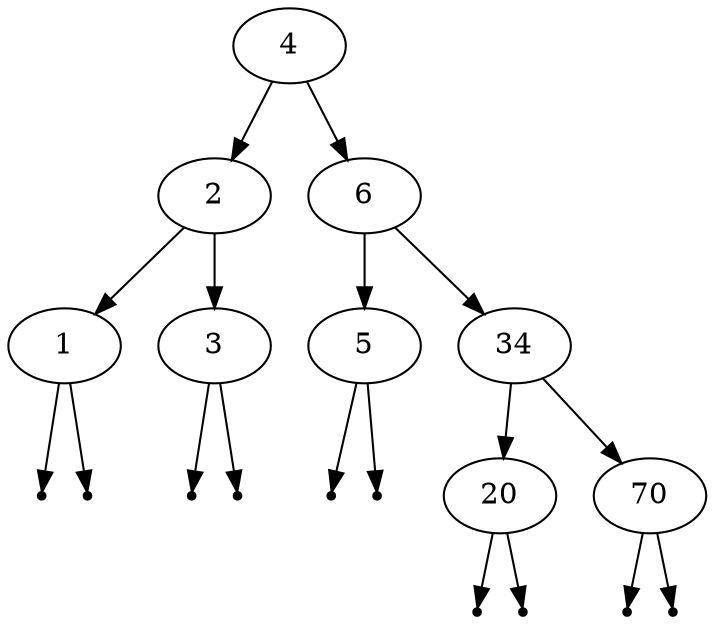
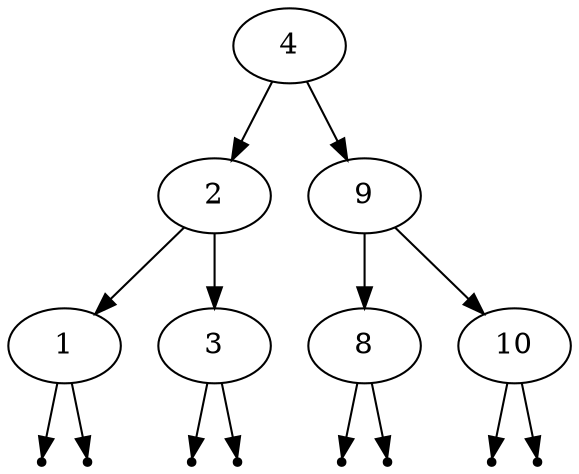
digraph G {
4 -> 2;
- 4 -> 6;
+ 4 -> 9;
2 -> 1;
2 -> 3;
null0 [shape=point];
1 -> null0;
null1 [shape=point];
1 -> null1;
null2 [shape=point];
3 -> null2;
null3 [shape=point];
3 -> null3;
- 6 -> 5;
- 6 -> 34;
+ 9 -> 8;
+ 9 -> 10;
null4 [shape=point];
- 5 -> null4;
+ 8 -> null4;
null5 [shape=point];
- 5 -> null5;
- 34 -> 20;
- 34 -> 70;
+ 8 -> null5;
null6 [shape=point];
- 20 -> null6;
+ 10 -> null6;
null7 [shape=point];
- 20 -> null7;
- null8 [shape=point];
- 70 -> null8;
- null9 [shape=point];
- 70 -> null9;
+ 10 -> null7;
}
